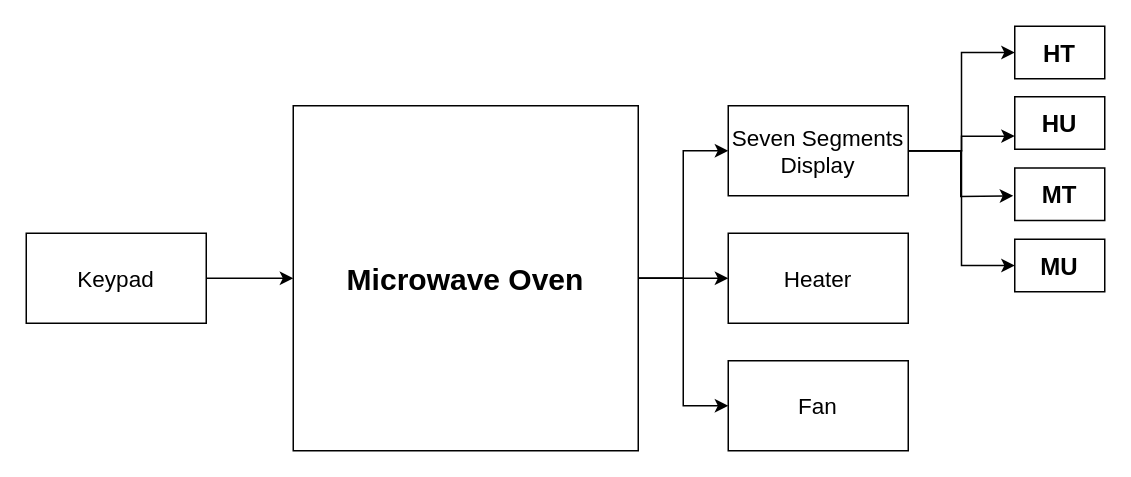
This is Microwave Oven SW Design - Context Block.drawio from abdulrahman9901/Microwave-Oven-SW-Design, a draw.io file, before an edit. Source tidied: cells renumbered, new cells numbered last; positions are measured from the earlier drawing's top-left corner, leaving out a move shared by most shapes. Both pictures are drawn from the tidied source at 150%, with x=0, y=0 at pixel (26, 26).
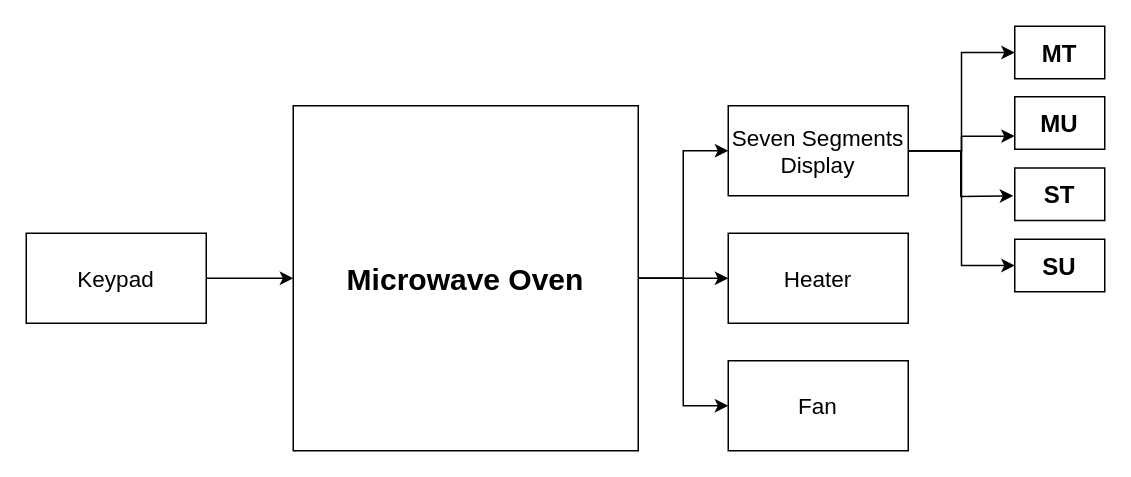
After the change.

What changed in the source:
```diff
@@
 <mxGraphModel>
   <root>
     <mxCell id="0" />
     <mxCell id="1" parent="0" />
     <mxCell id="2" style="edgeStyle=orthogonalEdgeStyle;rounded=0;jettySize=auto;html=1;entryX=0;entryY=0.5;entryDx=0;entryDy=0;" parent="1" edge="1" source="5" target="10">
       <mxGeometry relative="1" as="geometry" />
     </mxCell>
     <mxCell id="3" style="edgeStyle=orthogonalEdgeStyle;rounded=0;jettySize=auto;html=1;exitX=1;exitY=0.5;exitDx=0;exitDy=0;entryX=0;entryY=0.5;entryDx=0;entryDy=0;" parent="1" edge="1" source="5" target="13">
       <mxGeometry relative="1" as="geometry" />
     </mxCell>
     <mxCell id="4" style="edgeStyle=orthogonalEdgeStyle;rounded=0;jettySize=auto;html=1;exitX=1;exitY=0.5;exitDx=0;exitDy=0;" parent="1" edge="1" source="5" target="14">
       <mxGeometry relative="1" as="geometry" />
     </mxCell>
     <mxCell id="5" value="&lt;b&gt;&lt;font style=&quot;font-size: 20px;&quot;&gt;Microwave Oven&lt;/font&gt;&lt;/b&gt;" style="whiteSpace=wrap;html=1;" parent="1" vertex="1">
       <mxGeometry x="178" y="53" width="230" height="230" as="geometry" />
     </mxCell>
     <mxCell id="6" style="edgeStyle=orthogonalEdgeStyle;rounded=0;jettySize=auto;html=1;entryX=0;entryY=0.5;entryDx=0;entryDy=0;" parent="1" edge="1" source="10" target="15">
       <mxGeometry relative="1" as="geometry" />
     </mxCell>
     <mxCell id="7" style="edgeStyle=orthogonalEdgeStyle;rounded=0;jettySize=auto;html=1;entryX=0;entryY=0.75;entryDx=0;entryDy=0;" parent="1" edge="1" source="10" target="16">
       <mxGeometry relative="1" as="geometry" />
     </mxCell>
     <mxCell id="8" style="edgeStyle=orthogonalEdgeStyle;rounded=0;jettySize=auto;html=1;" parent="1" edge="1" source="10">
       <mxGeometry relative="1" as="geometry">
         <mxPoint x="658" y="113" as="targetPoint" />
       </mxGeometry>
     </mxCell>
     <mxCell id="9" style="edgeStyle=orthogonalEdgeStyle;rounded=0;jettySize=auto;html=1;entryX=0;entryY=0.5;entryDx=0;entryDy=0;" parent="1" edge="1" source="10" target="18">
       <mxGeometry relative="1" as="geometry" />
     </mxCell>
     <mxCell id="10" value="Seven Segments Display" style="rounded=0;whiteSpace=wrap;html=1;fontStyle=0;fontSize=15;" parent="1" vertex="1">
       <mxGeometry x="468" y="53" width="120" height="60" as="geometry" />
     </mxCell>
     <mxCell id="11" style="edgeStyle=orthogonalEdgeStyle;rounded=0;jettySize=auto;html=1;exitX=1;exitY=0.5;exitDx=0;exitDy=0;entryX=0;entryY=0.5;entryDx=0;entryDy=0;" parent="1" edge="1" source="12" target="5">
       <mxGeometry relative="1" as="geometry" />
     </mxCell>
     <mxCell id="12" value="Keypad" style="rounded=0;whiteSpace=wrap;html=1;fontStyle=0;fontSize=15;" parent="1" vertex="1">
       <mxGeometry y="138" width="120" height="60" as="geometry" />
     </mxCell>
     <mxCell id="13" value="Heater" style="rounded=0;whiteSpace=wrap;html=1;fontStyle=0;fontSize=15;" parent="1" vertex="1">
       <mxGeometry x="468" y="138" width="120" height="60" as="geometry" />
     </mxCell>
     <mxCell id="14" value="Fan" style="rounded=0;whiteSpace=wrap;html=1;fontStyle=0;fontSize=15;" parent="1" vertex="1">
       <mxGeometry x="468" y="223" width="120" height="60" as="geometry" />
     </mxCell>
-    <mxCell id="15" value="HT" style="rounded=0;whiteSpace=wrap;html=1;fontSize=16;fontStyle=1;" parent="1" vertex="1">
+    <mxCell id="15" value="MT" style="rounded=0;whiteSpace=wrap;html=1;fontSize=16;fontStyle=1;" parent="1" vertex="1">
       <mxGeometry x="659" width="60" height="35" as="geometry" />
     </mxCell>
-    <mxCell id="16" value="HU" style="rounded=0;whiteSpace=wrap;html=1;fontSize=16;fontStyle=1;" parent="1" vertex="1">
+    <mxCell id="16" value="MU" style="rounded=0;whiteSpace=wrap;html=1;fontSize=16;fontStyle=1;" parent="1" vertex="1">
       <mxGeometry x="659" y="47" width="60" height="35" as="geometry" />
     </mxCell>
-    <mxCell id="17" value="MT" style="rounded=0;whiteSpace=wrap;html=1;fontSize=16;fontStyle=1;" parent="1" vertex="1">
+    <mxCell id="17" value="ST" style="rounded=0;whiteSpace=wrap;html=1;fontSize=16;fontStyle=1;" parent="1" vertex="1">
       <mxGeometry x="659" y="94.5" width="60" height="35" as="geometry" />
     </mxCell>
-    <mxCell id="18" value="MU" style="rounded=0;whiteSpace=wrap;html=1;fontSize=16;fontStyle=1;" parent="1" vertex="1">
+    <mxCell id="18" value="SU" style="rounded=0;whiteSpace=wrap;html=1;fontSize=16;fontStyle=1;" parent="1" vertex="1">
       <mxGeometry x="659" y="142" width="60" height="35" as="geometry" />
     </mxCell>
   </root>
 </mxGraphModel>
```
